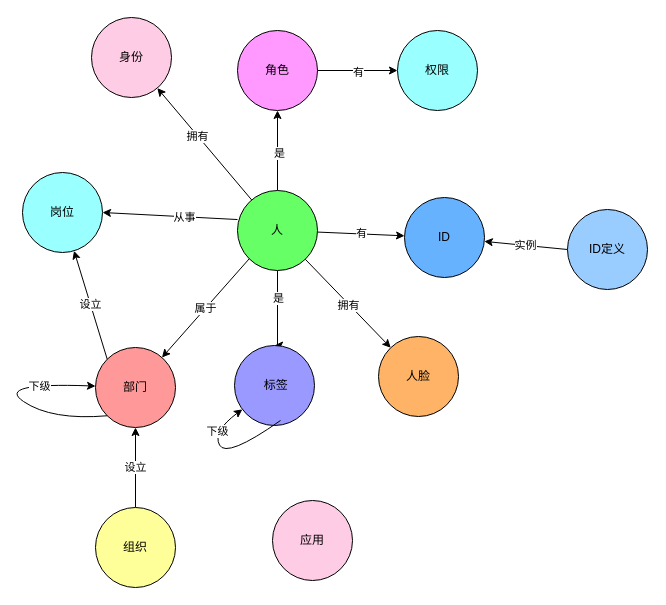
Earlier version of the draw.io diagram graph.drawio (evilbinary/data). Source tidied: cells renumbered, new cells numbered last; positions are measured from the earlier drawing's top-left corner, leaving out a move shared by most shapes. Both pictures are drawn from the tidied source at 100%, with x=0, y=0 at pixel (-5, 17).
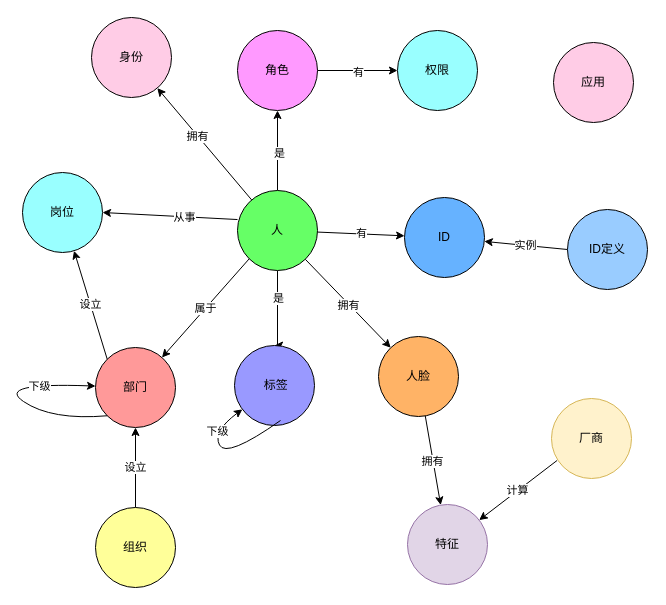
Above is the later version.

The change refers to these unchanged cells:
```xml
<mxCell id="10" value="人脸" style="ellipse;whiteSpace=wrap;html=1;fillColor=#FFB366;" parent="1" vertex="1">
  <mxGeometry x="383" y="319" width="80" height="80" as="geometry" />
</mxCell>
```

The edit, as a diff of the source:
```diff
@@
     <mxCell id="31" value="应用" style="ellipse;whiteSpace=wrap;html=1;fillColor=#FFCCE6;" parent="1" vertex="1">
-      <mxGeometry x="277" y="483" width="80" height="80" as="geometry" />
+      <mxGeometry x="558" y="25" width="80" height="80" as="geometry" />
     </mxCell>
@@
+    <mxCell id="35" value="厂商" style="ellipse;whiteSpace=wrap;html=1;fillColor=#fff2cc;strokeColor=#d6b656;" parent="1" vertex="1">
+      <mxGeometry x="556" y="381" width="80" height="80" as="geometry" />
+    </mxCell>
+    <mxCell id="36" value="特征" style="ellipse;whiteSpace=wrap;html=1;fillColor=#e1d5e7;strokeColor=#9673a6;" parent="1" vertex="1">
+      <mxGeometry x="412" y="487" width="80" height="80" as="geometry" />
+    </mxCell>
+    <mxCell id="37" style="rounded=0;jettySize=auto;html=1;" parent="1" edge="1" source="10" target="36">
+      <mxGeometry relative="1" as="geometry" />
+    </mxCell>
+    <mxCell id="38" value="拥有" style="edgeLabel;html=1;align=center;verticalAlign=middle;" parent="37" vertex="1">
+      <mxGeometry x="0.02" y="-1" relative="1" as="geometry" />
+    </mxCell>
+    <mxCell id="39" style="rounded=0;jettySize=auto;html=1;exitX=0.069;exitY=0.775;exitDx=0;exitDy=0;exitPerimeter=0;" parent="1" edge="1" source="35" target="36">
+      <mxGeometry relative="1" as="geometry" />
+    </mxCell>
+    <mxCell id="40" value="计算" style="edgeLabel;html=1;align=center;verticalAlign=middle;" parent="39" vertex="1">
+      <mxGeometry x="0.02" y="-1" relative="1" as="geometry" />
+    </mxCell>
```
